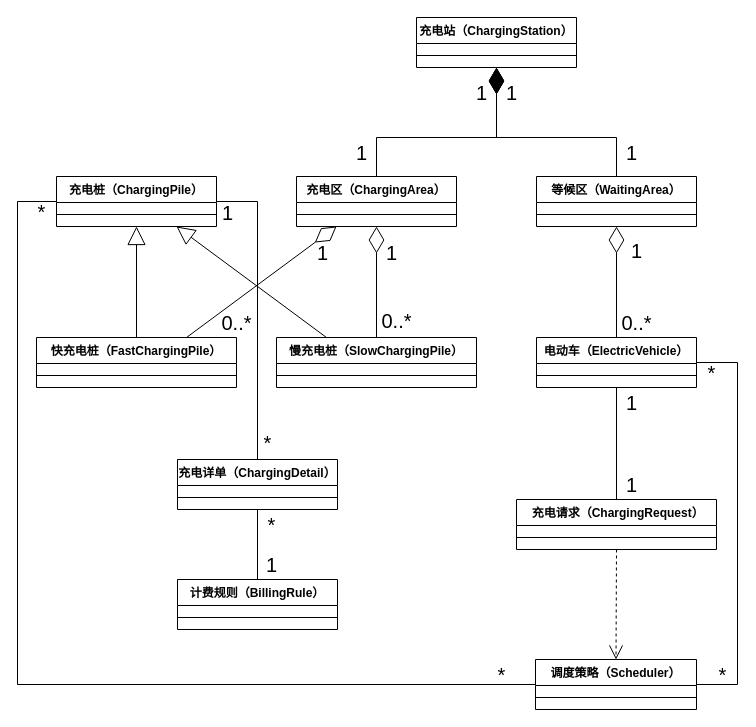
This is OOA-UML/领域模型.drawio from uk-pk-mkk/OOA-UML, a draw.io file, before an edit. Source tidied: cells renumbered, new cells numbered last; positions are measured from the earlier drawing's top-left corner, leaving out a move shared by most shapes. Both pictures are drawn from the tidied source at 100%, with x=0, y=0 at pixel (17, 17).
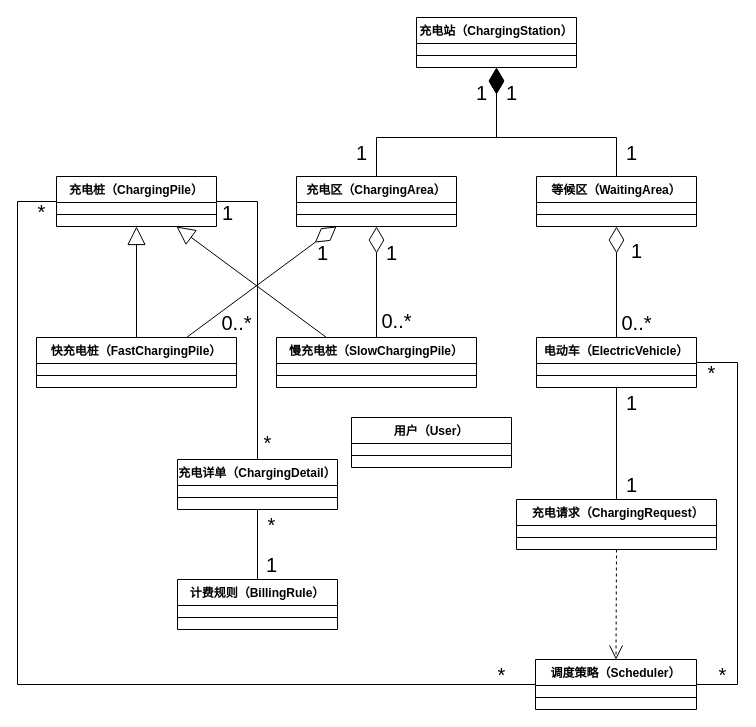
Above is the later version.

Commit message:
更新领域模型.drawio

What changed in the source:
```diff
@@
+    <mxCell id="57" value="用户（User）" style="swimlane;fontStyle=1;align=center;verticalAlign=top;horizontal=1;startSize=26;whiteSpace=wrap;html=1;" parent="1" vertex="1">
+      <mxGeometry x="334" y="400" width="160" height="50" as="geometry" />
+    </mxCell>
+    <mxCell id="58" style="line;strokeWidth=1;fillColor=none;align=left;verticalAlign=middle;spacingTop=-1;spacingLeft=3;spacingRight=3;labelPosition=right;strokeColor=inherit;" parent="57" vertex="1">
+      <mxGeometry y="26" width="160" height="24" as="geometry" />
+    </mxCell>
```
